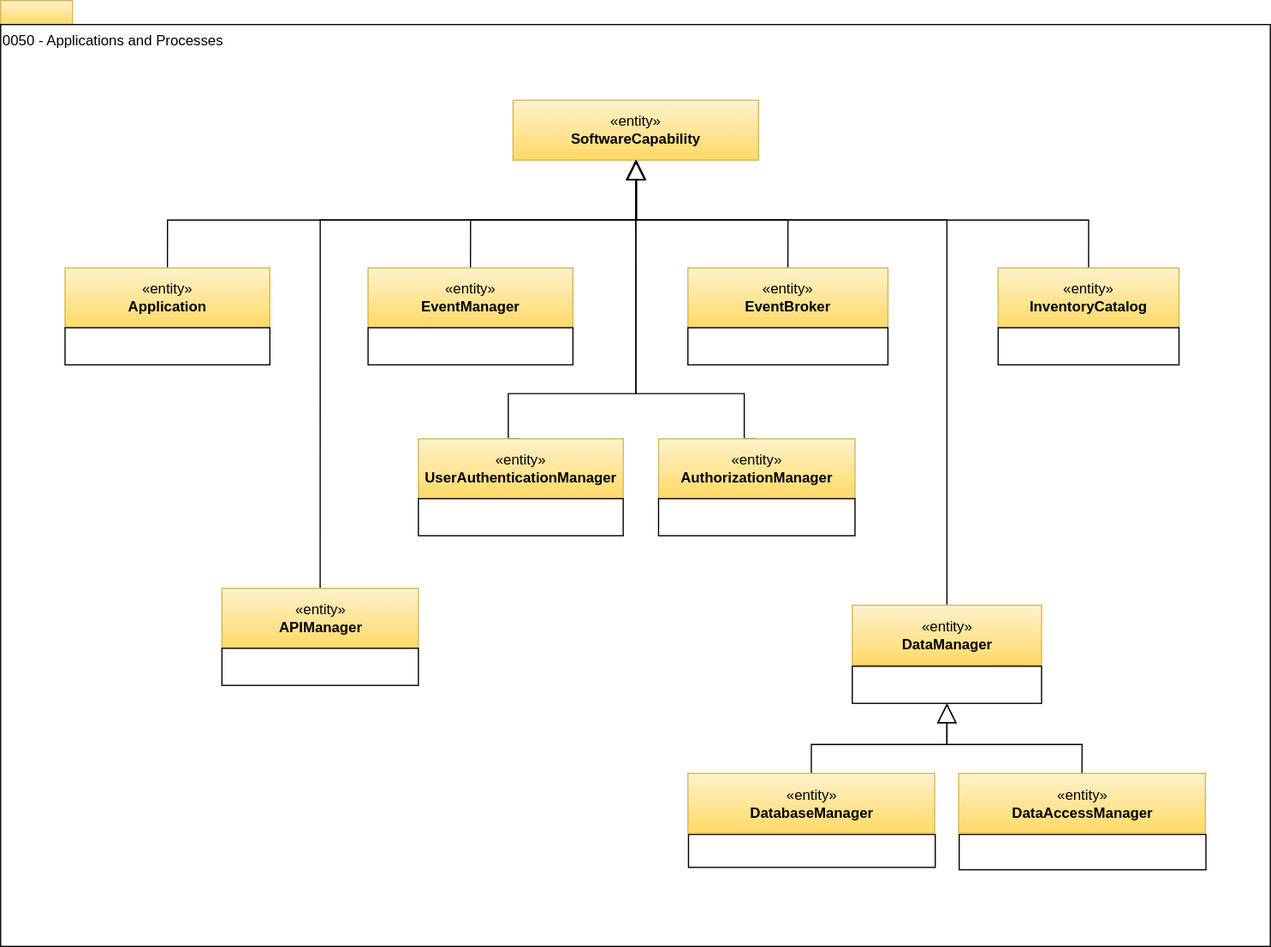
odpi/egeria-docs keeps this draw.io diagram as site/docs/types/0/0050-Applications-and-Processes.svg. Above is the earlier version. Source tidied: cells renumbered, new cells last; positions are measured from the earlier drawing's top-left corner, leaving out a move shared by most shapes.
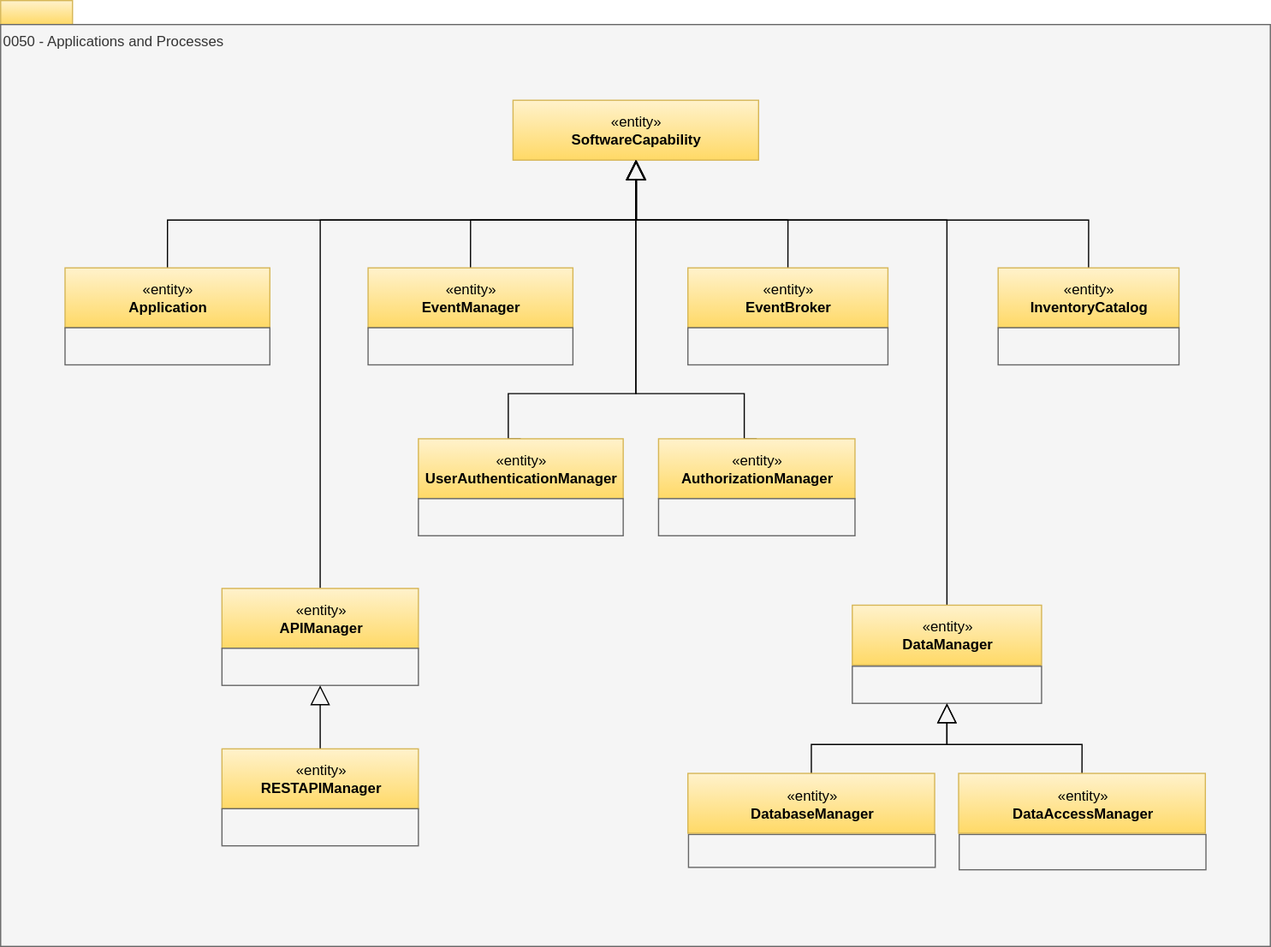
Later version of the same file.

What changed in the source:
```diff
@@ -5,7 +5,7 @@
     <mxCell id="2" style="rounded=0;whiteSpace=wrap;html=1;align=left;fillColor=#fff2cc;strokeColor=#d6b656;gradientColor=#ffd966;" parent="1" vertex="1">
       <mxGeometry width="60" height="20" as="geometry" />
     </mxCell>
-    <mxCell id="3" value="0050 - Applications and Processes" style="rounded=0;whiteSpace=wrap;html=1;align=left;verticalAlign=top;" parent="1" vertex="1">
+    <mxCell id="3" value="0050 - Applications and Processes" style="rounded=0;whiteSpace=wrap;html=1;align=left;verticalAlign=top;fillColor=#f5f5f5;fontColor=#333333;strokeColor=#666666;" parent="1" vertex="1">
       <mxGeometry y="20" width="1060" height="770" as="geometry" />
     </mxCell>
     <mxCell id="4" style="edgeStyle=orthogonalEdgeStyle;rounded=0;jettySize=auto;html=1;exitX=0.5;exitY=0;exitDx=0;exitDy=0;endArrow=block;endFill=0;endSize=14;" parent="1" edge="1" source="5" target="6">
@@ -28,7 +28,7 @@
     <mxCell id="8" value="«entity»&lt;br&gt;&lt;b&gt;AuthorizationManager&lt;/b&gt;" style="html=1;strokeColor=#d6b656;align=center;fillColor=#fff2cc;gradientColor=#ffd966;" parent="1" vertex="1">
       <mxGeometry x="549.2" y="366" width="164" height="50" as="geometry" />
     </mxCell>
-    <mxCell id="9" style="rounded=0;whiteSpace=wrap;html=1;strokeColor=#000000;gradientColor=#ffffff;align=center;" parent="1" vertex="1">
+    <mxCell id="9" style="rounded=0;whiteSpace=wrap;html=1;strokeColor=#666666;align=center;fillColor=#f5f5f5;fontColor=#333333;" parent="1" vertex="1">
       <mxGeometry x="549.2" y="416" width="164" height="31" as="geometry" />
     </mxCell>
     <mxCell id="10" style="edgeStyle=orthogonalEdgeStyle;rounded=0;jettySize=auto;html=1;exitX=0.5;exitY=0;exitDx=0;exitDy=0;endArrow=block;endFill=0;endSize=14;" parent="1" edge="1" source="11" target="6">
@@ -37,7 +37,7 @@
     <mxCell id="11" value="«entity»&lt;br&gt;&lt;b&gt;EventBroker&lt;/b&gt;" style="html=1;strokeColor=#d6b656;align=center;fillColor=#fff2cc;gradientColor=#ffd966;" parent="1" vertex="1">
       <mxGeometry x="573.8" y="223.2" width="167" height="50" as="geometry" />
     </mxCell>
-    <mxCell id="12" style="rounded=0;whiteSpace=wrap;html=1;strokeColor=#000000;gradientColor=#ffffff;align=center;" parent="1" vertex="1">
+    <mxCell id="12" style="rounded=0;whiteSpace=wrap;html=1;strokeColor=#666666;align=center;fillColor=#f5f5f5;fontColor=#333333;" parent="1" vertex="1">
       <mxGeometry x="573.8" y="273.2" width="167" height="31" as="geometry" />
     </mxCell>
     <mxCell id="13" style="edgeStyle=orthogonalEdgeStyle;rounded=0;jettySize=auto;html=1;exitX=0.5;exitY=0;exitDx=0;exitDy=0;endArrow=block;endFill=0;endSize=14;" parent="1" edge="1" source="14" target="6">
@@ -51,7 +51,7 @@
     <mxCell id="14" value="«entity»&lt;br&gt;&lt;b&gt;DataManager&lt;/b&gt;" style="html=1;strokeColor=#d6b656;align=center;fillColor=#fff2cc;gradientColor=#ffd966;" parent="1" vertex="1">
       <mxGeometry x="711" y="505" width="158" height="50" as="geometry" />
     </mxCell>
-    <mxCell id="15" style="rounded=0;whiteSpace=wrap;html=1;strokeColor=#000000;gradientColor=#ffffff;align=center;" parent="1" vertex="1">
+    <mxCell id="15" style="rounded=0;whiteSpace=wrap;html=1;strokeColor=#666666;align=center;fillColor=#f5f5f5;fontColor=#333333;" parent="1" vertex="1">
       <mxGeometry x="711" y="556" width="158" height="31" as="geometry" />
     </mxCell>
     <mxCell id="16" style="edgeStyle=orthogonalEdgeStyle;rounded=0;jettySize=auto;html=1;exitX=0.5;exitY=0;exitDx=0;exitDy=0;endArrow=block;endFill=0;endSize=14;" parent="1" edge="1" source="17" target="6">
@@ -60,7 +60,7 @@
     <mxCell id="17" value="«entity»&lt;br&gt;&lt;b&gt;InventoryCatalog&lt;/b&gt;" style="html=1;strokeColor=#d6b656;align=center;fillColor=#fff2cc;gradientColor=#ffd966;" parent="1" vertex="1">
       <mxGeometry x="832.8" y="223.2" width="151" height="50" as="geometry" />
     </mxCell>
-    <mxCell id="18" style="rounded=0;whiteSpace=wrap;html=1;strokeColor=#000000;gradientColor=#ffffff;align=center;" parent="1" vertex="1">
+    <mxCell id="18" style="rounded=0;whiteSpace=wrap;html=1;strokeColor=#666666;align=center;fillColor=#f5f5f5;fontColor=#333333;" parent="1" vertex="1">
       <mxGeometry x="832.8" y="273.2" width="151" height="31" as="geometry" />
     </mxCell>
     <mxCell id="19" style="edgeStyle=orthogonalEdgeStyle;rounded=0;jettySize=auto;html=1;exitX=0.5;exitY=0;exitDx=0;exitDy=0;endArrow=block;endFill=0;endSize=14;" parent="1" edge="1" source="20" target="6">
@@ -74,7 +74,7 @@
     <mxCell id="20" value="«entity»&lt;br&gt;&lt;b&gt;EventManager&lt;/b&gt;" style="html=1;strokeColor=#d6b656;align=center;fillColor=#fff2cc;gradientColor=#ffd966;" parent="1" vertex="1">
       <mxGeometry x="306.8" y="223.2" width="171" height="50" as="geometry" />
     </mxCell>
-    <mxCell id="21" style="rounded=0;whiteSpace=wrap;html=1;strokeColor=#000000;gradientColor=#ffffff;align=left;" parent="1" vertex="1">
+    <mxCell id="21" style="rounded=0;whiteSpace=wrap;html=1;strokeColor=#666666;align=left;fillColor=#f5f5f5;fontColor=#333333;" parent="1" vertex="1">
       <mxGeometry x="574.2" y="696.5" width="206" height="27.5" as="geometry" />
     </mxCell>
     <mxCell id="22" style="edgeStyle=orthogonalEdgeStyle;rounded=0;jettySize=auto;html=1;entryX=0.5;entryY=1;entryDx=0;entryDy=0;endArrow=block;endFill=0;endSize=14;" parent="1" edge="1" source="23" target="15">
@@ -83,10 +83,10 @@
     <mxCell id="23" value="«entity»&lt;br&gt;&lt;b&gt;DatabaseManager&lt;/b&gt;" style="html=1;strokeColor=#d6b656;align=center;fillColor=#fff2cc;gradientColor=#ffd966;" parent="1" vertex="1">
       <mxGeometry x="573.8" y="645.5" width="206" height="50" as="geometry" />
     </mxCell>
-    <mxCell id="24" style="rounded=0;whiteSpace=wrap;html=1;strokeColor=#000000;gradientColor=#ffffff;align=center;" parent="1" vertex="1">
+    <mxCell id="24" style="rounded=0;whiteSpace=wrap;html=1;strokeColor=#666666;align=center;fillColor=#f5f5f5;fontColor=#333333;" parent="1" vertex="1">
       <mxGeometry x="53.8" y="273.2" width="171" height="31" as="geometry" />
     </mxCell>
-    <mxCell id="25" style="rounded=0;whiteSpace=wrap;html=1;strokeColor=#000000;gradientColor=#ffffff;align=center;" parent="1" vertex="1">
+    <mxCell id="25" style="rounded=0;whiteSpace=wrap;html=1;strokeColor=#666666;align=center;fillColor=#f5f5f5;fontColor=#333333;" parent="1" vertex="1">
       <mxGeometry x="306.8" y="273.2" width="171" height="31" as="geometry" />
     </mxCell>
     <mxCell id="26" style="edgeStyle=orthogonalEdgeStyle;rounded=0;jettySize=auto;html=1;exitX=0.5;exitY=0;exitDx=0;exitDy=0;entryX=0.5;entryY=1;entryDx=0;entryDy=0;endArrow=block;endFill=0;endSize=14;" parent="1" edge="1" source="27" target="6">
@@ -100,7 +100,7 @@
     <mxCell id="27" value="«entity»&lt;br&gt;&lt;b&gt;APIManager&lt;/b&gt;" style="html=1;strokeColor=#d6b656;align=center;fillColor=#fff2cc;gradientColor=#ffd966;" parent="1" vertex="1">
       <mxGeometry x="184.8" y="491" width="164" height="50" as="geometry" />
     </mxCell>
-    <mxCell id="28" style="rounded=0;whiteSpace=wrap;html=1;strokeColor=#000000;gradientColor=#ffffff;align=center;" parent="1" vertex="1">
+    <mxCell id="28" style="rounded=0;whiteSpace=wrap;html=1;strokeColor=#666666;align=center;fillColor=#f5f5f5;fontColor=#333333;" parent="1" vertex="1">
       <mxGeometry x="184.8" y="541" width="164" height="31" as="geometry" />
     </mxCell>
     <mxCell id="29" style="edgeStyle=orthogonalEdgeStyle;rounded=0;jettySize=auto;html=1;exitX=0.5;exitY=0;exitDx=0;exitDy=0;endArrow=block;endFill=0;endSize=14;entryX=0.5;entryY=1;entryDx=0;entryDy=0;" parent="1" edge="1" source="30" target="6">
@@ -114,10 +114,10 @@
     <mxCell id="30" value="«entity»&lt;br&gt;&lt;b&gt;UserAuthenticationManager&lt;/b&gt;" style="html=1;strokeColor=#d6b656;align=center;fillColor=#fff2cc;gradientColor=#ffd966;" parent="1" vertex="1">
       <mxGeometry x="348.8" y="366" width="171" height="50" as="geometry" />
     </mxCell>
-    <mxCell id="31" style="rounded=0;whiteSpace=wrap;html=1;strokeColor=#000000;gradientColor=#ffffff;align=center;" parent="1" vertex="1">
+    <mxCell id="31" style="rounded=0;whiteSpace=wrap;html=1;strokeColor=#666666;align=center;fillColor=#f5f5f5;fontColor=#333333;" parent="1" vertex="1">
       <mxGeometry x="348.8" y="416" width="171" height="31" as="geometry" />
     </mxCell>
-    <mxCell id="32" style="rounded=0;whiteSpace=wrap;html=1;strokeColor=#000000;gradientColor=#ffffff;align=left;" parent="1" vertex="1">
+    <mxCell id="32" style="rounded=0;whiteSpace=wrap;html=1;strokeColor=#666666;align=left;fillColor=#f5f5f5;fontColor=#333333;" parent="1" vertex="1">
       <mxGeometry x="800.2" y="696.5" width="206" height="29.5" as="geometry" />
     </mxCell>
     <mxCell id="33" style="edgeStyle=orthogonalEdgeStyle;rounded=0;jettySize=auto;html=1;entryX=0.5;entryY=1;entryDx=0;entryDy=0;endArrow=block;endFill=0;endSize=14;exitX=0.5;exitY=0;exitDx=0;exitDy=0;" parent="1" edge="1" source="34" target="15">
@@ -126,5 +126,18 @@
     <mxCell id="34" value="«entity»&lt;br&gt;&lt;b&gt;DataAccessManager&lt;/b&gt;" style="html=1;strokeColor=#d6b656;align=center;fillColor=#fff2cc;gradientColor=#ffd966;" parent="1" vertex="1">
       <mxGeometry x="799.8" y="645.5" width="206" height="50" as="geometry" />
     </mxCell>
+    <mxCell id="35" style="edgeStyle=orthogonalEdgeStyle;rounded=0;jettySize=auto;html=1;exitX=0.5;exitY=0;exitDx=0;exitDy=0;entryX=0.5;entryY=1;entryDx=0;entryDy=0;endArrow=block;endFill=0;endSize=14;" parent="1" edge="1" source="36" target="28">
+      <mxGeometry relative="1" as="geometry">
+        <Array as="points">
+          <mxPoint x="267" y="665" />
+        </Array>
+      </mxGeometry>
+    </mxCell>
+    <mxCell id="36" value="«entity»&lt;br&gt;&lt;b&gt;RESTAPIManager&lt;/b&gt;" style="html=1;strokeColor=#d6b656;align=center;fillColor=#fff2cc;gradientColor=#ffd966;" parent="1" vertex="1">
+      <mxGeometry x="184.8" y="625" width="164" height="50" as="geometry" />
+    </mxCell>
+    <mxCell id="37" style="rounded=0;whiteSpace=wrap;html=1;strokeColor=#666666;align=center;fillColor=#f5f5f5;fontColor=#333333;" parent="1" vertex="1">
+      <mxGeometry x="184.8" y="675" width="164" height="31" as="geometry" />
+    </mxCell>
   </root>
 </mxGraphModel>
```
